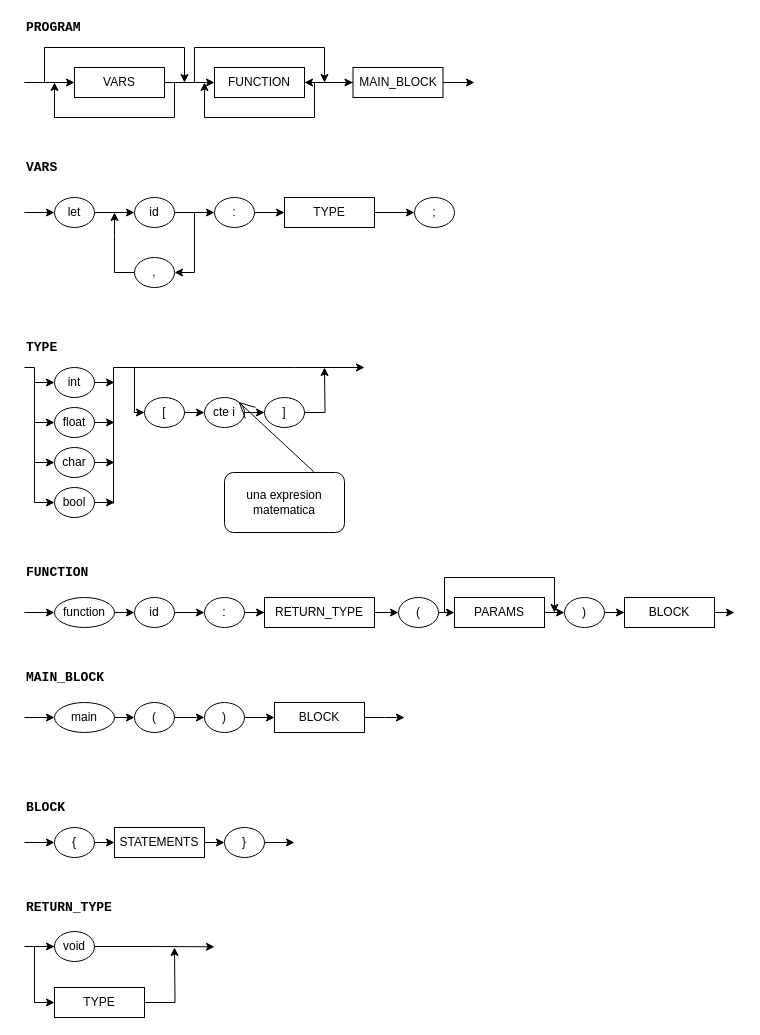
The draw.io diagram page "Page-1" (1 of 4) of documentacion/diagramasGramaticaMaps.drawio in RCH010/manchas, before the edit. Source tidied: cells renumbered, new cells numbered last; positions are measured from the earlier drawing's top-left corner, leaving out a move shared by most shapes. Both pictures are drawn from the tidied source at 100%, with x=0, y=0 at pixel (24, 17).
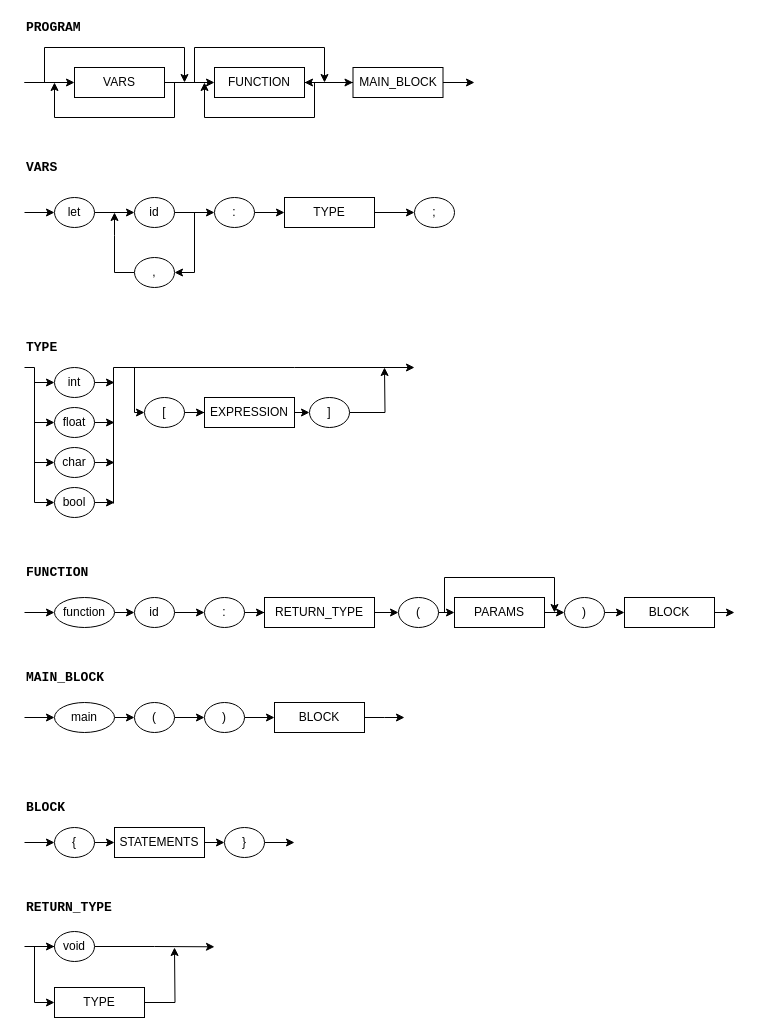
The same page after the edit.

Unchanged cells that the change refers to:
```xml
<mxCell id="43" value="[" style="ellipse;whiteSpace=wrap;html=1;" parent="1" vertex="1">
  <mxGeometry x="120" y="380" width="40" height="30" as="geometry" />
</mxCell>
```

What changed in the source:
```diff
@@
-    <mxCell id="42" style="edgeStyle=orthogonalEdgeStyle;rounded=0;jettySize=auto;html=1;exitX=1;exitY=0.5;exitDx=0;exitDy=0;entryX=0;entryY=0.5;entryDx=0;entryDy=0;" parent="1" edge="1" source="43" target="47">
-      <mxGeometry relative="1" as="geometry" />
-    </mxCell>
+    <mxCell id="96" style="edgeStyle=orthogonalEdgeStyle;rounded=0;jettySize=auto;html=1;exitX=1;exitY=0.5;exitDx=0;exitDy=0;" parent="1" edge="1" source="43" target="98">
+      <mxGeometry relative="1" as="geometry" />
+    </mxCell>
@@
     <mxCell id="44" style="edgeStyle=orthogonalEdgeStyle;rounded=0;jettySize=auto;html=1;exitX=1;exitY=0.5;exitDx=0;exitDy=0;endArrow=classic;endFill=1;" parent="1" edge="1" source="45">
       <mxGeometry relative="1" as="geometry">
-        <mxPoint x="300" y="350" as="targetPoint" />
+        <mxPoint x="360" y="350" as="targetPoint" />
       </mxGeometry>
     </mxCell>
     <mxCell id="45" value="]" style="ellipse;whiteSpace=wrap;html=1;" parent="1" vertex="1">
-      <mxGeometry x="240" y="380" width="40" height="30" as="geometry" />
+      <mxGeometry x="285" y="380" width="40" height="30" as="geometry" />
     </mxCell>
-    <mxCell id="46" style="edgeStyle=orthogonalEdgeStyle;rounded=0;jettySize=auto;html=1;exitX=1;exitY=0.5;exitDx=0;exitDy=0;entryX=0;entryY=0.5;entryDx=0;entryDy=0;" parent="1" edge="1" source="47" target="45">
-      <mxGeometry relative="1" as="geometry" />
-    </mxCell>
-    <mxCell id="47" value="cte i" style="ellipse;whiteSpace=wrap;html=1;" parent="1" vertex="1">
-      <mxGeometry x="180" y="380" width="40" height="30" as="geometry" />
-    </mxCell>
     <mxCell id="48" style="endArrow=classic;html=1;edgeStyle=orthogonalEdgeStyle;rounded=0;endFill=1;" parent="1" edge="1">
       <mxGeometry relative="1" as="geometry">
         <mxPoint x="89" y="486" as="sourcePoint" />
-        <mxPoint x="340" y="350" as="targetPoint" />
+        <mxPoint x="390" y="350" as="targetPoint" />
         <Array as="points">
           <mxPoint x="89" y="350" />
           <mxPoint x="270" y="350" />
         </Array>
       </mxGeometry>
     </mxCell>
@@
-    <mxCell id="94" style="edgeStyle=none;curved=1;rounded=0;jettySize=auto;html=1;exitX=0.75;exitY=0;exitDx=0;exitDy=0;entryX=1;entryY=0;entryDx=0;entryDy=0;endArrow=open;startSize=14;endSize=14;sourcePerimeterSpacing=8;targetPerimeterSpacing=8;" parent="1" edge="1" source="95" target="47">
-      <mxGeometry relative="1" as="geometry" />
-    </mxCell>
-    <mxCell id="95" value="una expresion matematica" style="rounded=1;whiteSpace=wrap;html=1;hachureGap=4;" parent="1" vertex="1">
-      <mxGeometry x="200" y="455" width="120" height="60" as="geometry" />
-    </mxCell>
+    <mxCell id="97" style="edgeStyle=orthogonalEdgeStyle;rounded=0;jettySize=auto;html=1;exitX=1;exitY=0.5;exitDx=0;exitDy=0;entryX=0;entryY=0.5;entryDx=0;entryDy=0;" parent="1" edge="1" source="98" target="45">
+      <mxGeometry relative="1" as="geometry" />
+    </mxCell>
+    <mxCell id="98" value="EXPRESSION" style="whiteSpace=wrap;html=1;" parent="1" vertex="1">
+      <mxGeometry x="180" y="380" width="90" height="30" as="geometry" />
+    </mxCell>
```
